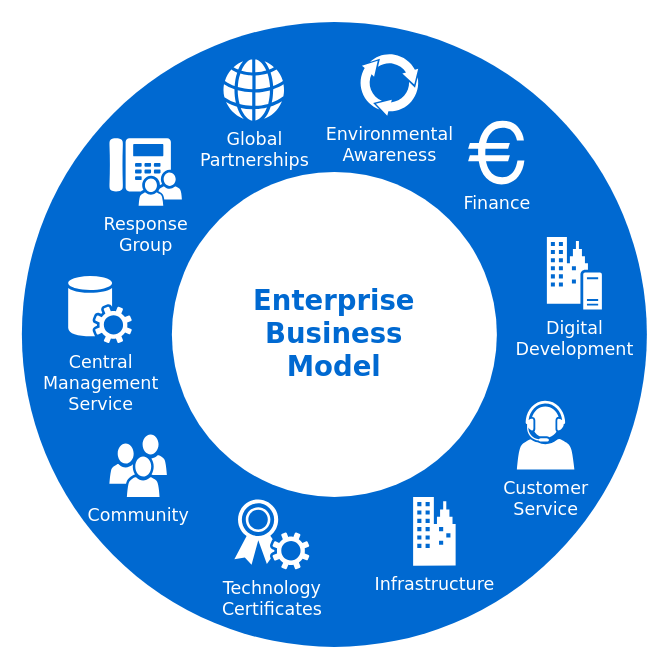
Above: Untitled Diagram.drawio in noasquare/zhihe-weixin (draw.io), before the change. Source tidied: cells renumbered, new cells numbered last; positions are measured from the earlier drawing's top-left corner, leaving out a move shared by most shapes. Both pictures are drawn from the tidied source at 125%, with x=0, y=0 at pixel (21, 21). Pictures stored in the file or linked from it are replaced by grey dashed boxes.
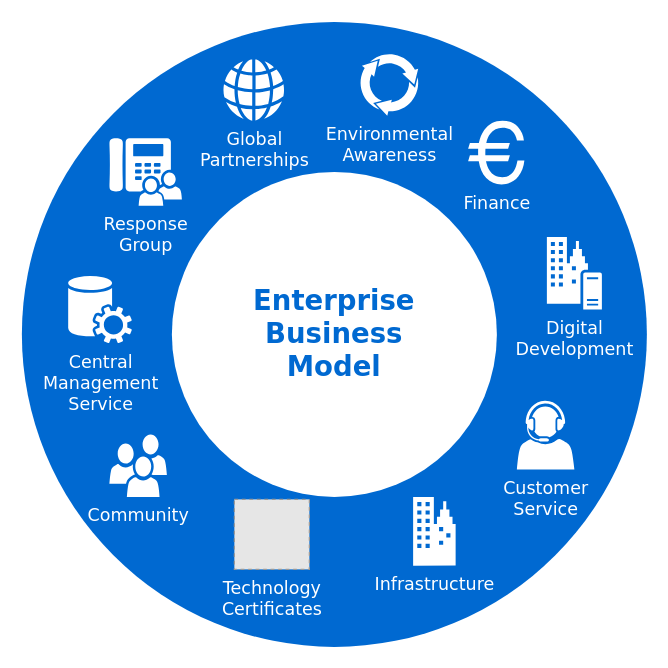
The same diagram, later.

Change to the diagram source:
```diff
@@
 <mxGraphModel background="#ffffff">
   <root>
     <mxCell id="0" />
     <mxCell id="1" parent="0" />
     <mxCell id="2" style="ellipse;whiteSpace=wrap;html=1;rounded=0;shadow=0;comic=0;strokeWidth=1;fontFamily=Verdana;fontSize=14;strokeColor=none;fillColor=#0069D1;" parent="1" vertex="1">
       <mxGeometry width="500" height="500" as="geometry" />
     </mxCell>
     <mxCell id="3" value="Enterprise&lt;div&gt;Business&lt;/div&gt;&lt;div&gt;Model&lt;/div&gt;" style="ellipse;whiteSpace=wrap;html=1;rounded=0;shadow=0;comic=0;strokeWidth=1;fontFamily=Verdana;fontSize=22;strokeColor=none;fillColor=#ffffff;fontColor=#0069D1;fontStyle=1;" parent="1" vertex="1">
       <mxGeometry x="120" y="120" width="260" height="260" as="geometry" />
     </mxCell>
     <mxCell id="4" value="Community" style="shadow=0;dashed=0;html=1;strokeColor=none;fillColor=#ffffff;labelPosition=center;verticalLabelPosition=bottom;verticalAlign=top;shape=mxgraph.office.users.users;rounded=0;comic=0;fontFamily=Verdana;fontSize=14;fontColor=#FFFFFF;" parent="1" vertex="1">
       <mxGeometry x="70" y="330" width="46" height="50" as="geometry" />
     </mxCell>
     <mxCell id="5" value="Customer&lt;div&gt;Service&lt;/div&gt;" style="shadow=0;dashed=0;html=1;strokeColor=none;fillColor=#ffffff;labelPosition=center;verticalLabelPosition=bottom;verticalAlign=top;shape=mxgraph.office.users.call_center_agent;rounded=0;comic=0;fontFamily=Verdana;fontSize=14;fontColor=#FFFFFF;" parent="1" vertex="1">
       <mxGeometry x="396" y="303" width="46" height="55" as="geometry" />
     </mxCell>
     <mxCell id="6" value="Response&lt;div&gt;Group&lt;/div&gt;" style="shadow=0;dashed=0;html=1;strokeColor=none;fillColor=#ffffff;labelPosition=center;verticalLabelPosition=bottom;verticalAlign=top;shape=mxgraph.office.users.response_group;rounded=0;comic=0;fontFamily=Verdana;fontSize=14;fontColor=#FFFFFF;" parent="1" vertex="1">
       <mxGeometry x="70" y="93" width="58" height="54" as="geometry" />
     </mxCell>
     <mxCell id="7" value="Central&lt;div&gt;Management&lt;/div&gt;&lt;div&gt;Service&lt;/div&gt;" style="shadow=0;dashed=0;html=1;strokeColor=none;fillColor=#ffffff;labelPosition=center;verticalLabelPosition=bottom;verticalAlign=top;shape=mxgraph.office.services.central_management_service;rounded=0;comic=0;fontFamily=Verdana;fontSize=14;fontColor=#FFFFFF;" parent="1" vertex="1">
       <mxGeometry x="37" y="203" width="51" height="54" as="geometry" />
     </mxCell>
     <mxCell id="8" value="Digital&lt;div&gt;Development&lt;/div&gt;" style="shadow=0;dashed=0;html=1;strokeColor=none;fillColor=#ffffff;labelPosition=center;verticalLabelPosition=bottom;verticalAlign=top;shape=mxgraph.office.servers.on_premises_server;rounded=0;comic=0;fontFamily=Verdana;fontSize=14;fontColor=#FFFFFF;" parent="1" vertex="1">
       <mxGeometry x="420" y="172" width="44" height="58" as="geometry" />
     </mxCell>
-    <mxCell id="9" value="Technology&lt;div&gt;Certificates&lt;/div&gt;" style="shadow=0;dashed=0;html=1;strokeColor=none;fillColor=#ffffff;labelPosition=center;verticalLabelPosition=bottom;verticalAlign=top;shape=mxgraph.office.security.token_service;rounded=0;comic=0;fontFamily=Verdana;fontSize=14;fontColor=#FFFFFF;" parent="1" vertex="1">
+    <mxCell id="9" value="Technology&lt;div&gt;Certificates&lt;/div&gt;" style="fillColor=#E6E6E6;strokeColor=#999999;dashed=1;html=1;verticalAlign=top;verticalLabelPosition=bottom;labelBackgroundColor=none;fontFamily=Verdana;fontSize=14;align=center;fontColor=#FFFFFF;" parent="1" vertex="1">
       <mxGeometry x="170" y="382" width="60" height="56" as="geometry" />
     </mxCell>
     <mxCell id="10" value="Infrastructure" style="shadow=0;dashed=0;html=1;strokeColor=none;fillColor=#ffffff;labelPosition=center;verticalLabelPosition=bottom;verticalAlign=top;shape=mxgraph.office.concepts.on_premises;rounded=0;comic=0;fontFamily=Verdana;fontSize=14;fontColor=#FFFFFF;" parent="1" vertex="1">
       <mxGeometry x="313" y="380" width="34" height="55" as="geometry" />
     </mxCell>
     <mxCell id="11" value="Global&lt;div&gt;Partnerships&lt;/div&gt;" style="shadow=0;dashed=0;html=1;strokeColor=none;fillColor=#ffffff;labelPosition=center;verticalLabelPosition=bottom;verticalAlign=top;shape=mxgraph.office.concepts.globe_internet;rounded=0;comic=0;fontFamily=Verdana;fontSize=14;fontColor=#FFFFFF;" parent="1" vertex="1">
       <mxGeometry x="161" y="30" width="49" height="49" as="geometry" />
     </mxCell>
     <mxCell id="12" value="Environmental&lt;div&gt;Awareness&lt;/div&gt;" style="shadow=0;dashed=0;html=1;strokeColor=none;shape=mxgraph.mscae.general.continuous_cycle;fillColor=#ffffff;rounded=0;comic=0;fontFamily=Verdana;fontSize=14;fontColor=#FFFFFF;verticalAlign=top;labelPosition=center;verticalLabelPosition=bottom;align=center;" parent="1" vertex="1">
       <mxGeometry x="270" y="25" width="48" height="50" as="geometry" />
     </mxCell>
     <mxCell id="13" value="Finance" style="shape=mxgraph.signs.travel.euro;html=1;fillColor=#ffffff;strokeColor=none;verticalLabelPosition=bottom;verticalAlign=top;align=center;rounded=0;shadow=0;dashed=0;comic=0;fontFamily=Verdana;fontSize=14;fontColor=#FFFFFF;" parent="1" vertex="1">
       <mxGeometry x="357" y="79" width="45" height="51" as="geometry" />
     </mxCell>
   </root>
 </mxGraphModel>
```
